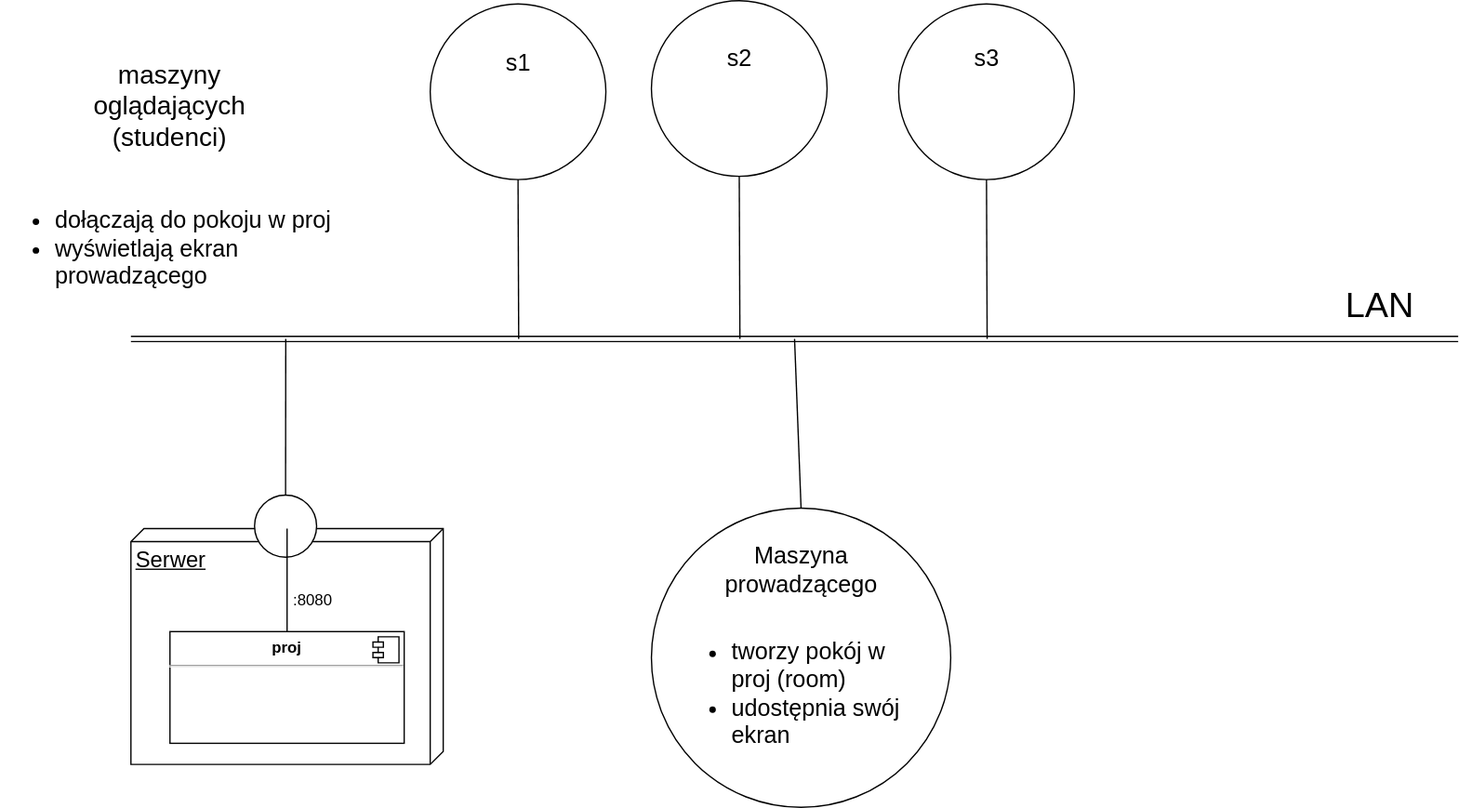
Above: proj-arch.svg in jordus100/projector (draw.io), before the change. Source tidied: cells renumbered, new cells last; positions are measured from the earlier drawing's top-left corner, leaving out a move shared by most shapes.
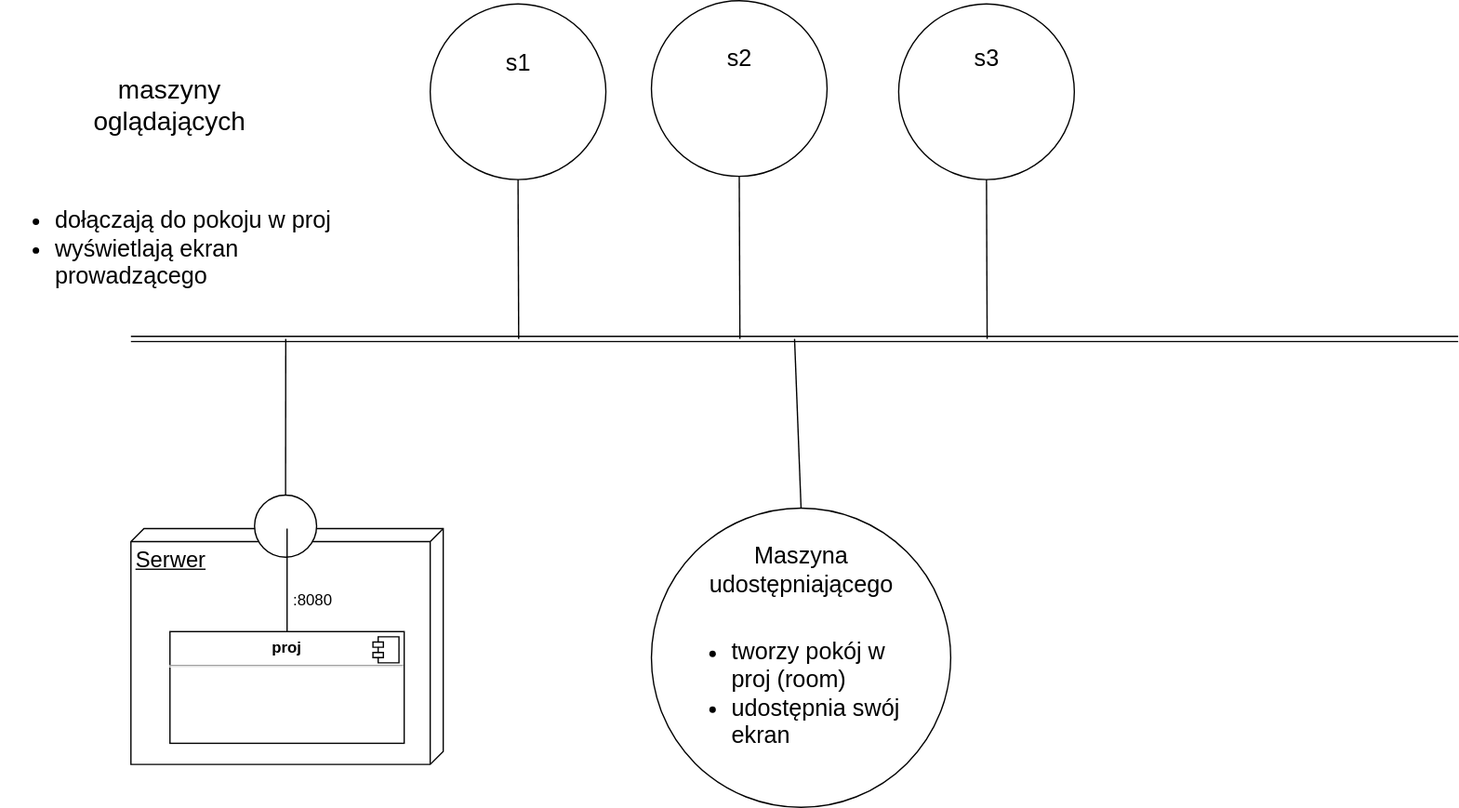
The same diagram one commit later.

The edit, as a diff of the source:
```diff
@@ -31,9 +31,6 @@
         <mxPoint x="1120" y="260" as="targetPoint" />
       </mxGeometry>
     </mxCell>
-    <mxCell id="10" value="&lt;font style=&quot;font-size: 27px;&quot;&gt;LAN&lt;/font&gt;" style="text;strokeColor=none;align=center;fillColor=none;html=1;verticalAlign=middle;whiteSpace=wrap;rounded=0;" parent="1" vertex="1">
-      <mxGeometry x="1030" y="220" width="60" height="30" as="geometry" />
-    </mxCell>
     <mxCell id="11" style="endArrow=none;html=1;rounded=0;exitX=0.5;exitY=0;exitDx=0;exitDy=0;exitPerimeter=0;" parent="1" edge="1" source="6">
       <mxGeometry relative="1" as="geometry">
         <mxPoint x="219" y="260" as="targetPoint" />
@@ -50,13 +47,13 @@
     <mxCell id="14" style="ellipse;whiteSpace=wrap;html=1;" parent="13" vertex="1">
       <mxGeometry width="230" height="230" as="geometry" />
     </mxCell>
-    <mxCell id="15" value="&lt;span style=&quot;font-size: 18px;&quot;&gt;Maszyna prowadzącego&lt;/span&gt;" style="text;html=1;strokeColor=none;fillColor=none;align=center;verticalAlign=middle;whiteSpace=wrap;rounded=0;" parent="14" vertex="1">
+    <mxCell id="15" value="&lt;span style=&quot;font-size: 18px;&quot;&gt;Maszyna udostępniającego&lt;/span&gt;" style="text;html=1;strokeColor=none;fillColor=none;align=center;verticalAlign=middle;whiteSpace=wrap;rounded=0;" parent="14" vertex="1">
       <mxGeometry x="45.6" y="10" width="138.9" height="76.7" as="geometry" />
     </mxCell>
     <mxCell id="16" value="&lt;ul style=&quot;font-size: 18px;&quot;&gt;&lt;li&gt;tworzy pokój w proj (room)&lt;/li&gt;&lt;li&gt;&lt;span style=&quot;background-color: initial;&quot;&gt;udostępnia swój ekran&lt;/span&gt;&lt;br&gt;&lt;/li&gt;&lt;/ul&gt;" style="text;strokeColor=none;fillColor=none;html=1;whiteSpace=wrap;verticalAlign=middle;overflow=hidden;" parent="14" vertex="1">
       <mxGeometry x="20" y="80" width="190" height="120" as="geometry" />
     </mxCell>
-    <mxCell id="17" value="&lt;font style=&quot;font-size: 20px;&quot;&gt;maszyny oglądających (studenci)&lt;/font&gt;" style="text;strokeColor=none;align=center;fillColor=none;html=1;verticalAlign=middle;whiteSpace=wrap;rounded=0;" parent="1" vertex="1">
+    <mxCell id="17" value="&lt;font style=&quot;font-size: 20px;&quot;&gt;maszyny oglądających&lt;/font&gt;" style="text;strokeColor=none;align=center;fillColor=none;html=1;verticalAlign=middle;whiteSpace=wrap;rounded=0;" parent="1" vertex="1">
       <mxGeometry x="50" y="30" width="160" height="100" as="geometry" />
     </mxCell>
     <mxCell id="18" value="&lt;ul style=&quot;font-size: 18px;&quot;&gt;&lt;li&gt;&lt;span style=&quot;background-color: initial;&quot;&gt;dołączają do pokoju w proj&lt;/span&gt;&lt;br&gt;&lt;/li&gt;&lt;li&gt;wyświetlają ekran prowadzącego&lt;/li&gt;&lt;/ul&gt;" style="text;strokeColor=none;fillColor=none;html=1;whiteSpace=wrap;verticalAlign=middle;overflow=hidden;" parent="1" vertex="1">
```
